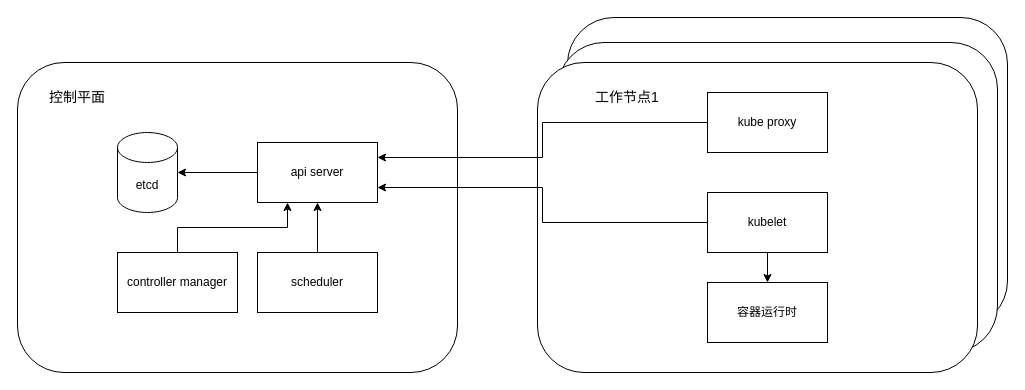
This is k8s组件.drawio from sinfar/draw, a draw.io file, before an edit. Source tidied: cells renumbered, new cells numbered last; positions are measured from the earlier drawing's top-left corner, leaving out a move shared by most shapes. Both pictures are drawn from the tidied source at 100%, with x=0, y=0 at pixel (17, 17).
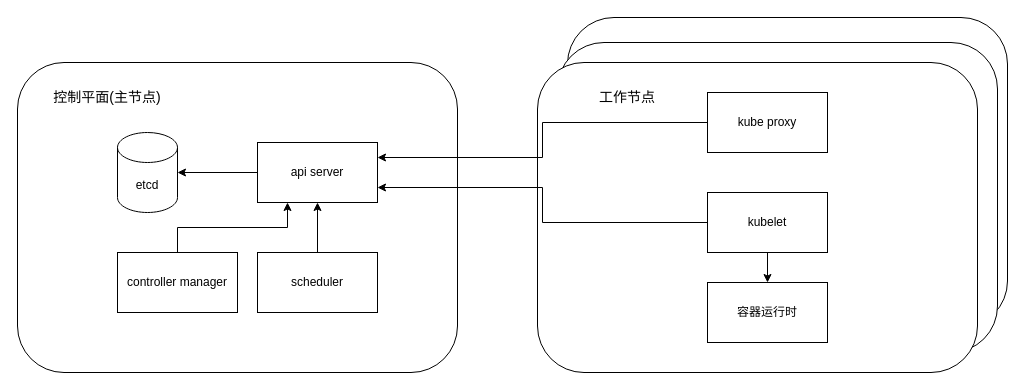
Above is the later version.

Change to the diagram source:
```diff
@@
-    <mxCell id="12" value="&lt;font style=&quot;font-size: 14px;&quot;&gt;&lt;span style=&quot;font-weight: normal;&quot;&gt;控制平面&lt;/span&gt;&lt;/font&gt;" style="text;html=1;align=center;verticalAlign=middle;whiteSpace=wrap;rounded=0;fontStyle=1;" parent="1" vertex="1">
-      <mxGeometry x="30" y="65" width="60" height="30" as="geometry" />
+    <mxCell id="12" value="&lt;font style=&quot;font-size: 14px;&quot;&gt;&lt;span style=&quot;font-weight: normal;&quot;&gt;控制平面(主节点)&lt;/span&gt;&lt;/font&gt;" style="text;html=1;align=center;verticalAlign=middle;whiteSpace=wrap;rounded=0;fontStyle=1;" parent="1" vertex="1">
+      <mxGeometry x="30" y="65" width="120" height="30" as="geometry" />
     </mxCell>
@@
-    <mxCell id="14" value="&lt;span style=&quot;font-size: 14px; font-weight: 400;&quot;&gt;工作节点1&lt;/span&gt;" style="text;html=1;align=center;verticalAlign=middle;whiteSpace=wrap;rounded=0;fontStyle=1;" parent="1" vertex="1">
+    <mxCell id="14" value="&lt;span style=&quot;font-size: 14px; font-weight: 400;&quot;&gt;工作节点&lt;/span&gt;" style="text;html=1;align=center;verticalAlign=middle;whiteSpace=wrap;rounded=0;fontStyle=1;" parent="1" vertex="1">
       <mxGeometry x="570" y="65" width="80" height="30" as="geometry" />
     </mxCell>
```
